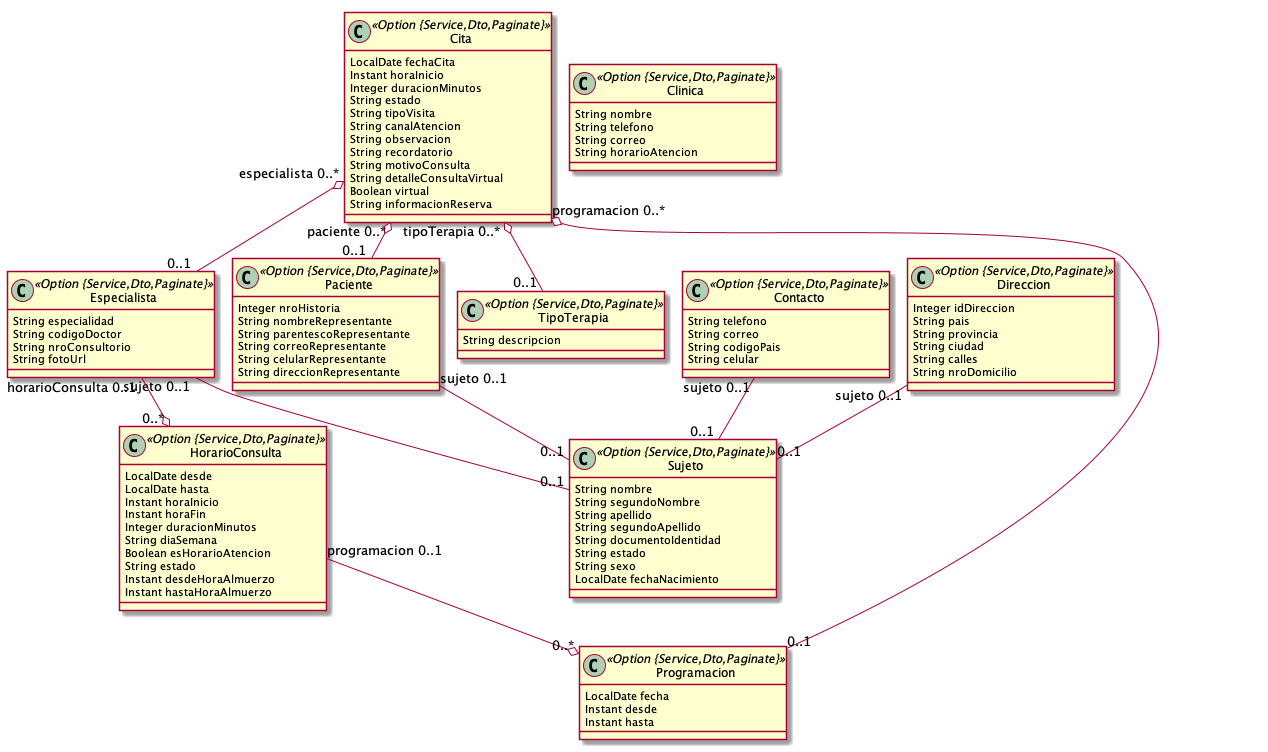
Before: modelado.png, a diagram exported from PlantUML (jayaleonardo/agendamiento).
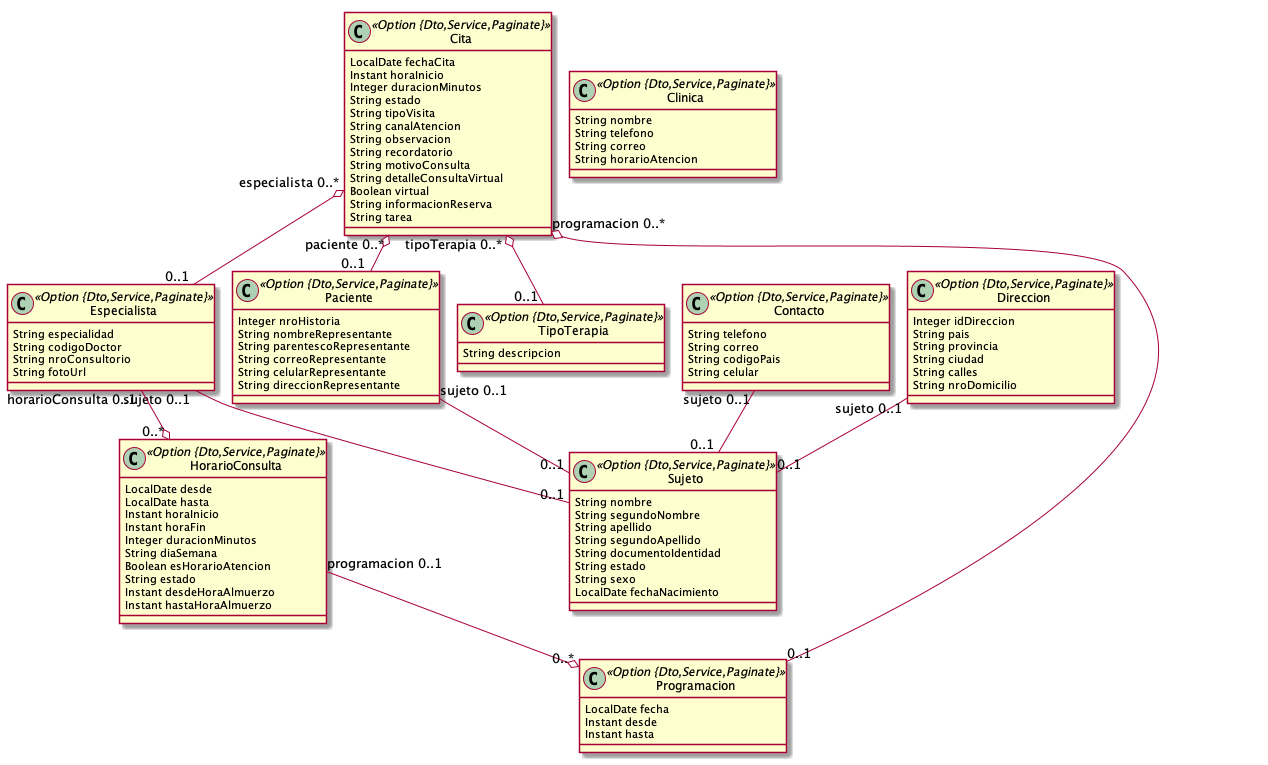
The same file after the commit.

Diff of the diagram source:
```diff
@@ -1,7 +1,7 @@
 @startuml
 	!pragma layout smetana
 	!pragma syntax class
-	class Cita <<Option {Service,Dto,Paginate}>> {
+	class Cita <<Option {Dto,Service,Paginate}>> {
 		LocalDate fechaCita
 		Instant horaInicio
 		Integer duracionMinutos
@@ -14,8 +14,9 @@
 		String detalleConsultaVirtual
 		Boolean virtual
 		String informacionReserva
+		String tarea
 	}
-	class Paciente <<Option {Service,Dto,Paginate}>> {
+	class Paciente <<Option {Dto,Service,Paginate}>> {
 		Integer nroHistoria
 		String nombreRepresentante
 		String parentescoRepresentante
@@ -23,7 +24,7 @@
 		String celularRepresentante
 		String direccionRepresentante
 	}
-	class Sujeto <<Option {Service,Dto,Paginate}>> {
+	class Sujeto <<Option {Dto,Service,Paginate}>> {
 		String nombre
 		String segundoNombre
 		String apellido
@@ -33,13 +34,13 @@
 		String sexo
 		LocalDate fechaNacimiento
 	}
-	class Especialista <<Option {Service,Dto,Paginate}>> {
+	class Especialista <<Option {Dto,Service,Paginate}>> {
 		String especialidad
 		String codigoDoctor
 		String nroConsultorio
 		String fotoUrl
 	}
-	class HorarioConsulta <<Option {Service,Dto,Paginate}>> {
+	class HorarioConsulta <<Option {Dto,Service,Paginate}>> {
 		LocalDate desde
 		LocalDate hasta
 		Instant horaInicio
@@ -51,13 +52,13 @@
 		Instant desdeHoraAlmuerzo
 		Instant hastaHoraAlmuerzo
 	}
-	class Contacto <<Option {Service,Dto,Paginate}>> {
+	class Contacto <<Option {Dto,Service,Paginate}>> {
 		String telefono
 		String correo
 		String codigoPais
 		String celular
 	}
-	class Direccion <<Option {Service,Dto,Paginate}>> {
+	class Direccion <<Option {Dto,Service,Paginate}>> {
 		Integer idDireccion
 		String pais
 		String provincia
@@ -65,16 +66,16 @@
 		String calles
 		String nroDomicilio
 	}
-	class Clinica <<Option {Service,Dto,Paginate}>> {
+	class Clinica <<Option {Dto,Service,Paginate}>> {
 		String nombre
 		String telefono
 		String correo
 		String horarioAtencion
 	}
-	class TipoTerapia <<Option {Service,Dto,Paginate}>> {
+	class TipoTerapia <<Option {Dto,Service,Paginate}>> {
 		String descripcion
 	}
-	class Programacion <<Option {Service,Dto,Paginate}>> {
+	class Programacion <<Option {Dto,Service,Paginate}>> {
 		LocalDate fecha
 		Instant desde
 		Instant hasta
```
